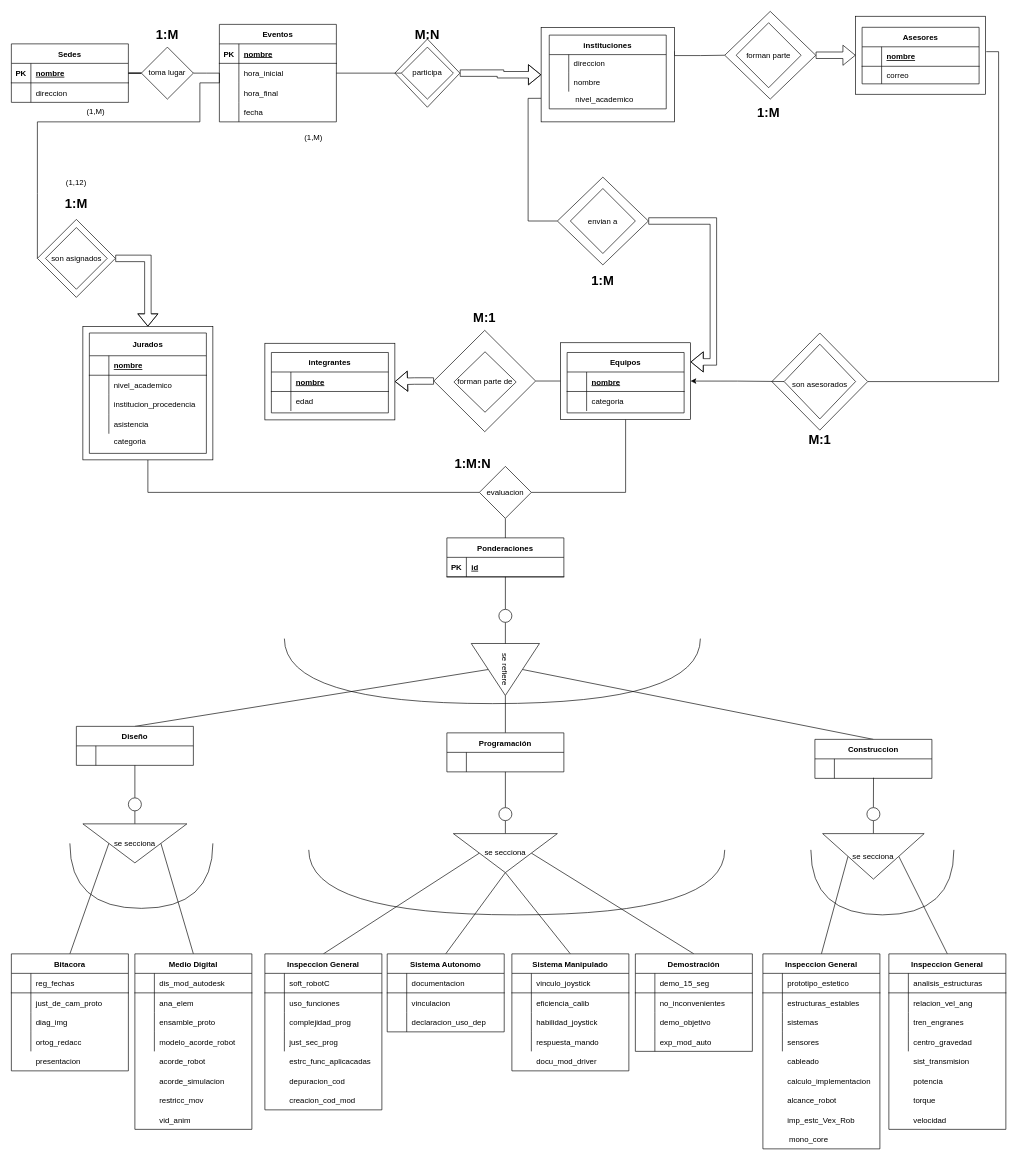
Before: Equipo chido UWU Diagrama ER Proyecto (2).drawio in LuisRV16/Proyecto-TBD, a draw.io diagram. Source tidied: cells renumbered, new cells numbered last; positions are measured from the earlier drawing's top-left corner, leaving out a move shared by most shapes. Both pictures are drawn from the tidied source at 65%, with x=0, y=0 at pixel (11, 11).
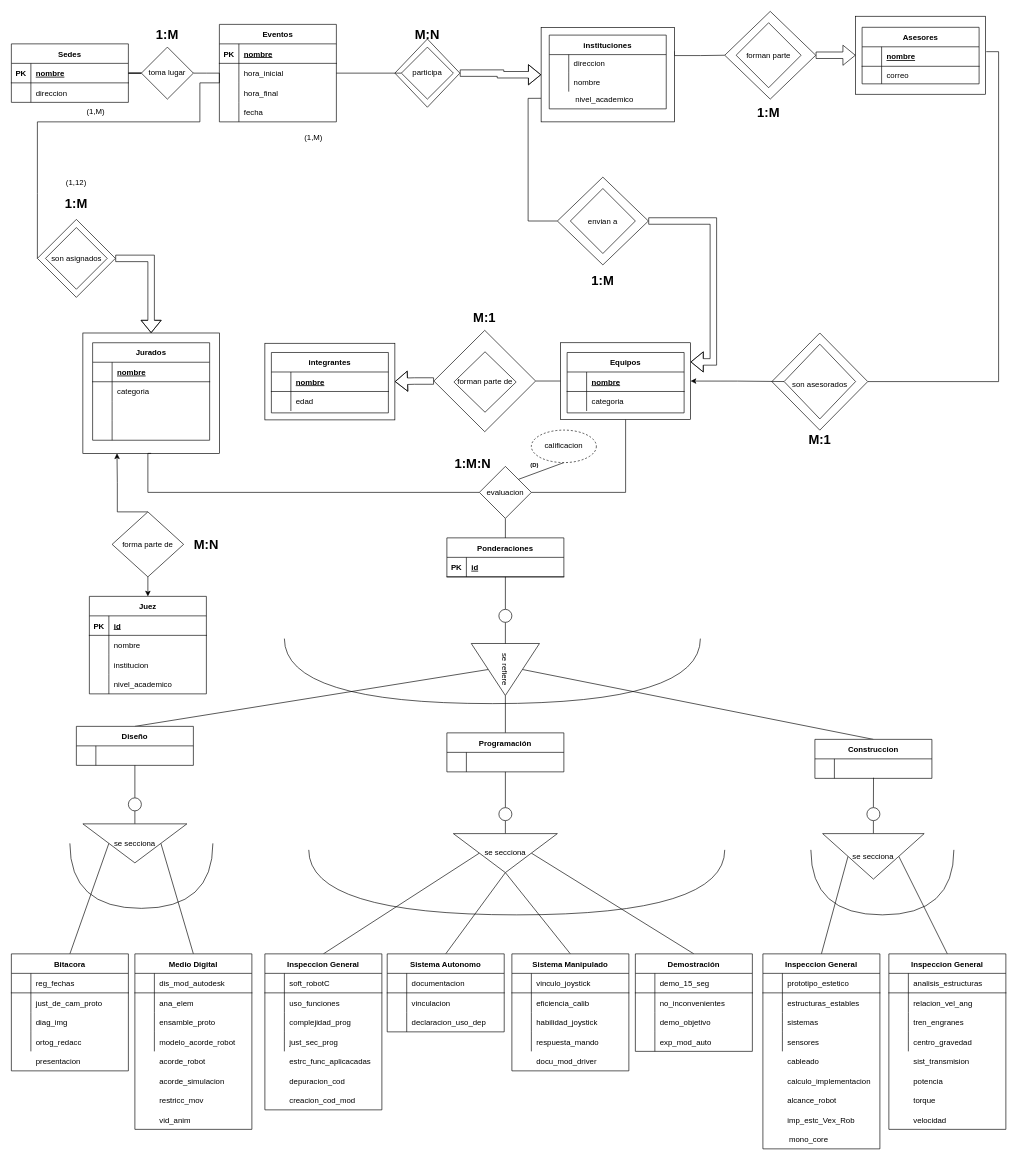
After the change.

Commit message (it also covers changes not shown here):
Agregue el script de la base de datos para el proyecto e inclui actualizaciones del diagrama y el nuevo MR

The change refers to these unchanged cells:
```xml
<mxCell id="40" style="rhombus;whiteSpace=wrap;html=1;" parent="1" vertex="1">
  <mxGeometry x="40" y="320" width="120" height="120" as="geometry" />
</mxCell>
<mxCell id="89" value="evaluacion" style="rhombus;whiteSpace=wrap;html=1;" parent="1" vertex="1">
  <mxGeometry x="720" y="700" width="80" height="80" as="geometry" />
</mxCell>
```

The edit, as a diff of the source:
```diff
@@
+    <mxCell id="284" style="rounded=0;whiteSpace=wrap;html=1;" parent="1" vertex="1">
+      <mxGeometry x="110" y="494.8" width="210" height="185.2" as="geometry" />
+    </mxCell>
@@
-    <mxCell id="39" style="edgeStyle=orthogonalEdgeStyle;rounded=0;jettySize=auto;html=1;exitX=1;exitY=0.5;exitDx=0;exitDy=0;entryX=0.5;entryY=0;entryDx=0;entryDy=0;strokeWidth=1;startArrow=none;startFill=0;endArrow=classic;endFill=1;shape=flexArrow;" parent="1" edge="1" source="40" target="44">
+    <mxCell id="39" style="edgeStyle=orthogonalEdgeStyle;rounded=0;jettySize=auto;html=1;exitX=1;exitY=0.5;exitDx=0;exitDy=0;entryX=0.5;entryY=0;entryDx=0;entryDy=0;strokeWidth=1;startArrow=none;startFill=0;endArrow=classic;endFill=1;shape=flexArrow;" parent="1" edge="1" source="40" target="284">
       <mxGeometry relative="1" as="geometry">
         <Array as="points">
-          <mxPoint x="210" y="380" />
+          <mxPoint x="215" y="380" />
         </Array>
       </mxGeometry>
     </mxCell>
@@
-    <mxCell id="43" style="edgeStyle=orthogonalEdgeStyle;rounded=0;jettySize=auto;html=1;exitX=0.5;exitY=1;exitDx=0;exitDy=0;entryX=0;entryY=0.5;entryDx=0;entryDy=0;endArrow=none;endFill=0;" parent="1" edge="1" source="44" target="89">
-      <mxGeometry relative="1" as="geometry" />
+    <mxCell id="43" style="edgeStyle=orthogonalEdgeStyle;rounded=0;jettySize=auto;html=1;exitX=0.5;exitY=1;exitDx=0;exitDy=0;entryX=0;entryY=0.5;entryDx=0;entryDy=0;endArrow=none;endFill=0;" parent="1" edge="1" source="284" target="89">
+      <mxGeometry relative="1" as="geometry">
+        <Array as="points">
+          <mxPoint x="210" y="680" />
+          <mxPoint x="210" y="740" />
+        </Array>
+      </mxGeometry>
     </mxCell>
-    <mxCell id="44" style="rounded=0;whiteSpace=wrap;html=1;" parent="1" vertex="1">
-      <mxGeometry x="110" y="484.8" width="200" height="205.2" as="geometry" />
-    </mxCell>
-    <mxCell id="45" value="Jurados" style="shape=table;startSize=35;childLayout=tableLayout;rowLines=0;fontStyle=1;align=center;" parent="1" vertex="1">
-      <mxGeometry x="120" y="494.8" width="180" height="185.2" as="geometry" />
-    </mxCell>
-    <mxCell id="46" style="shape=tableRow;horizontal=0;startSize=0;swimlaneHead=0;swimlaneBody=0;fillColor=none;top=0;left=0;right=0;bottom=1;" parent="45" vertex="1">
-      <mxGeometry y="35" width="180" height="30" as="geometry" />
-    </mxCell>
-    <mxCell id="47" style="shape=partialRectangle;fillColor=none;top=0;left=0;bottom=0;right=0;fontStyle=1;overflow=hidden;" parent="46" vertex="1">
-      <mxGeometry width="30" height="30" as="geometry" />
-    </mxCell>
-    <mxCell id="48" value="nombre" style="shape=partialRectangle;fillColor=none;top=0;left=0;bottom=0;right=0;align=left;spacingLeft=6;fontStyle=5;overflow=hidden;" parent="46" vertex="1">
-      <mxGeometry x="30" width="150" height="30" as="geometry" />
-    </mxCell>
-    <mxCell id="49" style="shape=tableRow;horizontal=0;startSize=0;swimlaneHead=0;swimlaneBody=0;fillColor=none;top=0;left=0;right=0;bottom=0;" parent="45" vertex="1">
-      <mxGeometry y="65" width="180" height="30" as="geometry" />
-    </mxCell>
-    <mxCell id="50" style="shape=partialRectangle;fillColor=none;top=0;left=0;bottom=0;right=0;overflow=hidden;" parent="49" vertex="1">
-      <mxGeometry width="30" height="30" as="geometry" />
-    </mxCell>
-    <mxCell id="51" value="nivel_academico" style="shape=partialRectangle;fillColor=none;top=0;left=0;bottom=0;right=0;align=left;spacingLeft=6;overflow=hidden;" parent="49" vertex="1">
-      <mxGeometry x="30" width="150" height="30" as="geometry" />
-    </mxCell>
-    <mxCell id="52" style="shape=tableRow;horizontal=0;startSize=0;swimlaneHead=0;swimlaneBody=0;fillColor=none;top=0;left=0;right=0;bottom=0;" parent="45" vertex="1">
-      <mxGeometry y="95" width="180" height="30" as="geometry" />
-    </mxCell>
-    <mxCell id="53" style="shape=partialRectangle;fillColor=none;top=0;left=0;bottom=0;right=0;overflow=hidden;" parent="52" vertex="1">
-      <mxGeometry width="30" height="30" as="geometry" />
-    </mxCell>
-    <mxCell id="54" value="institucion_procedencia" style="shape=partialRectangle;fillColor=none;top=0;left=0;bottom=0;right=0;align=left;spacingLeft=6;overflow=hidden;" parent="52" vertex="1">
-      <mxGeometry x="30" width="150" height="30" as="geometry" />
-    </mxCell>
-    <mxCell id="55" style="shape=tableRow;horizontal=0;startSize=0;swimlaneHead=0;swimlaneBody=0;fillColor=none;top=0;left=0;right=0;bottom=0;" parent="45" vertex="1">
-      <mxGeometry y="125" width="180" height="30" as="geometry" />
-    </mxCell>
-    <mxCell id="56" style="shape=partialRectangle;fillColor=none;top=0;left=0;bottom=0;right=0;overflow=hidden;" parent="55" vertex="1">
-      <mxGeometry width="30" height="30" as="geometry" />
-    </mxCell>
-    <mxCell id="57" value="asistencia" style="shape=partialRectangle;fillColor=none;top=0;left=0;bottom=0;right=0;align=left;spacingLeft=6;overflow=hidden;" parent="55" vertex="1">
-      <mxGeometry x="30" width="150" height="30" as="geometry" />
-    </mxCell>
@@
+    <mxCell id="285" style="rounded=0;jettySize=auto;html=1;exitX=1;exitY=0;exitDx=0;exitDy=0;entryX=0.5;entryY=1;entryDx=0;entryDy=0;endArrow=none;endFill=0;" parent="1" edge="1" source="89" target="311">
+      <mxGeometry relative="1" as="geometry" />
+    </mxCell>
@@
-    <mxCell id="153" value="categoria" style="shape=partialRectangle;fillColor=none;top=0;left=0;bottom=0;right=0;align=left;spacingLeft=6;overflow=hidden;" parent="1" vertex="1">
-      <mxGeometry x="150" y="646.7" width="150" height="30" as="geometry" />
-    </mxCell>
@@
+    <mxCell id="286" style="edgeStyle=orthogonalEdgeStyle;rounded=0;jettySize=auto;html=1;exitX=0.5;exitY=0;exitDx=0;exitDy=0;entryX=0.5;entryY=1;entryDx=0;entryDy=0;startArrow=classic;startFill=1;endArrow=none;endFill=0;" parent="1" edge="1" source="287" target="309">
+      <mxGeometry relative="1" as="geometry" />
+    </mxCell>
+    <mxCell id="287" value="Juez" style="shape=table;startSize=30;childLayout=tableLayout;rowLines=0;fontStyle=1;align=center;" parent="1" vertex="1">
+      <mxGeometry x="120" y="900" width="180" height="150" as="geometry" />
+    </mxCell>
+    <mxCell id="288" style="shape=tableRow;horizontal=0;startSize=0;swimlaneHead=0;swimlaneBody=0;fillColor=none;top=0;left=0;right=0;bottom=1;" parent="287" vertex="1">
+      <mxGeometry y="30" width="180" height="30" as="geometry" />
+    </mxCell>
+    <mxCell id="289" value="PK" style="shape=partialRectangle;fillColor=none;top=0;left=0;bottom=0;right=0;fontStyle=1;overflow=hidden;" parent="288" vertex="1">
+      <mxGeometry width="30" height="30" as="geometry" />
+    </mxCell>
+    <mxCell id="290" value="id" style="shape=partialRectangle;fillColor=none;top=0;left=0;bottom=0;right=0;align=left;spacingLeft=6;fontStyle=5;overflow=hidden;" parent="288" vertex="1">
+      <mxGeometry x="30" width="150" height="30" as="geometry" />
+    </mxCell>
+    <mxCell id="291" style="shape=tableRow;horizontal=0;startSize=0;swimlaneHead=0;swimlaneBody=0;fillColor=none;top=0;left=0;right=0;bottom=0;" parent="287" vertex="1">
+      <mxGeometry y="60" width="180" height="30" as="geometry" />
+    </mxCell>
+    <mxCell id="292" style="shape=partialRectangle;fillColor=none;top=0;left=0;bottom=0;right=0;overflow=hidden;" parent="291" vertex="1">
+      <mxGeometry width="30" height="30" as="geometry" />
+    </mxCell>
+    <mxCell id="293" value="nombre" style="shape=partialRectangle;fillColor=none;top=0;left=0;bottom=0;right=0;align=left;spacingLeft=6;overflow=hidden;" parent="291" vertex="1">
+      <mxGeometry x="30" width="150" height="30" as="geometry" />
+    </mxCell>
+    <mxCell id="294" style="shape=tableRow;horizontal=0;startSize=0;swimlaneHead=0;swimlaneBody=0;fillColor=none;top=0;left=0;right=0;bottom=0;" parent="287" vertex="1">
+      <mxGeometry y="90" width="180" height="30" as="geometry" />
+    </mxCell>
+    <mxCell id="295" style="shape=partialRectangle;fillColor=none;top=0;left=0;bottom=0;right=0;overflow=hidden;" parent="294" vertex="1">
+      <mxGeometry width="30" height="30" as="geometry" />
+    </mxCell>
+    <mxCell id="296" value="institucion" style="shape=partialRectangle;fillColor=none;top=0;left=0;bottom=0;right=0;align=left;spacingLeft=6;overflow=hidden;" parent="294" vertex="1">
+      <mxGeometry x="30" width="150" height="30" as="geometry" />
+    </mxCell>
+    <mxCell id="297" style="shape=tableRow;horizontal=0;startSize=0;swimlaneHead=0;swimlaneBody=0;fillColor=none;top=0;left=0;right=0;bottom=0;" parent="287" vertex="1">
+      <mxGeometry y="120" width="180" height="30" as="geometry" />
+    </mxCell>
+    <mxCell id="298" style="shape=partialRectangle;fillColor=none;top=0;left=0;bottom=0;right=0;overflow=hidden;" parent="297" vertex="1">
+      <mxGeometry width="30" height="30" as="geometry" />
+    </mxCell>
+    <mxCell id="51" value="nivel_academico" style="shape=partialRectangle;fillColor=none;top=0;left=0;bottom=0;right=0;align=left;spacingLeft=6;overflow=hidden;" parent="297" vertex="1">
+      <mxGeometry x="30" width="150" height="30" as="geometry" />
+    </mxCell>
+    <mxCell id="45" value="Jurados" style="shape=table;startSize=30;childLayout=tableLayout;rowLines=0;fontStyle=1;align=center;strokeColor=default;" parent="1" vertex="1">
+      <mxGeometry x="125" y="509.8" width="180" height="150" as="geometry" />
+    </mxCell>
+    <mxCell id="299" style="shape=tableRow;horizontal=0;startSize=0;swimlaneHead=0;swimlaneBody=0;fillColor=none;top=0;left=0;right=0;bottom=1;" parent="45" vertex="1">
+      <mxGeometry y="30" width="180" height="30" as="geometry" />
+    </mxCell>
+    <mxCell id="47" style="shape=partialRectangle;fillColor=none;top=0;left=0;bottom=0;right=0;fontStyle=1;overflow=hidden;" parent="299" vertex="1">
+      <mxGeometry width="30" height="30" as="geometry" />
+    </mxCell>
+    <mxCell id="48" value="nombre" style="shape=partialRectangle;fillColor=none;top=0;left=0;bottom=0;right=0;align=left;spacingLeft=6;fontStyle=5;overflow=hidden;" parent="299" vertex="1">
+      <mxGeometry x="30" width="150" height="30" as="geometry" />
+    </mxCell>
+    <mxCell id="300" style="shape=tableRow;horizontal=0;startSize=0;swimlaneHead=0;swimlaneBody=0;fillColor=none;top=0;left=0;right=0;bottom=0;" parent="45" vertex="1">
+      <mxGeometry y="60" width="180" height="30" as="geometry" />
+    </mxCell>
+    <mxCell id="301" style="shape=partialRectangle;fillColor=none;top=0;left=0;bottom=0;right=0;overflow=hidden;" parent="300" vertex="1">
+      <mxGeometry width="30" height="30" as="geometry" />
+    </mxCell>
+    <mxCell id="153" value="categoria" style="shape=partialRectangle;fillColor=none;top=0;left=0;bottom=0;right=0;align=left;spacingLeft=6;overflow=hidden;" parent="300" vertex="1">
+      <mxGeometry x="30" width="150" height="30" as="geometry" />
+    </mxCell>
+    <mxCell id="302" style="shape=tableRow;horizontal=0;startSize=0;swimlaneHead=0;swimlaneBody=0;fillColor=none;top=0;left=0;right=0;bottom=0;" parent="45" vertex="1">
+      <mxGeometry y="90" width="180" height="30" as="geometry" />
+    </mxCell>
+    <mxCell id="303" style="shape=partialRectangle;fillColor=none;top=0;left=0;bottom=0;right=0;overflow=hidden;" parent="302" vertex="1">
+      <mxGeometry width="30" height="30" as="geometry" />
+    </mxCell>
+    <mxCell id="304" style="shape=partialRectangle;fillColor=none;top=0;left=0;bottom=0;right=0;align=left;spacingLeft=6;overflow=hidden;dashed=1;" parent="302" vertex="1">
+      <mxGeometry x="30" width="150" height="30" as="geometry" />
+    </mxCell>
+    <mxCell id="305" style="shape=tableRow;horizontal=0;startSize=0;swimlaneHead=0;swimlaneBody=0;fillColor=none;top=0;left=0;right=0;bottom=0;" parent="45" vertex="1">
+      <mxGeometry y="120" width="180" height="30" as="geometry" />
+    </mxCell>
+    <mxCell id="306" style="shape=partialRectangle;fillColor=none;top=0;left=0;bottom=0;right=0;overflow=hidden;" parent="305" vertex="1">
+      <mxGeometry width="30" height="30" as="geometry" />
+    </mxCell>
+    <mxCell id="307" style="shape=partialRectangle;fillColor=none;top=0;left=0;bottom=0;right=0;align=left;spacingLeft=6;overflow=hidden;" parent="305" vertex="1">
+      <mxGeometry x="30" width="150" height="30" as="geometry" />
+    </mxCell>
+    <mxCell id="308" style="edgeStyle=orthogonalEdgeStyle;rounded=0;jettySize=auto;html=1;exitX=0.5;exitY=0;exitDx=0;exitDy=0;entryX=0.25;entryY=1;entryDx=0;entryDy=0;endArrow=classic;endFill=1;" parent="1" edge="1" source="309" target="284">
+      <mxGeometry relative="1" as="geometry">
+        <Array as="points">
+          <mxPoint x="163" y="770" />
+          <mxPoint x="163" y="725" />
+        </Array>
+      </mxGeometry>
+    </mxCell>
+    <mxCell id="309" value="forma parte de" style="rhombus;whiteSpace=wrap;html=1;strokeColor=default;" parent="1" vertex="1">
+      <mxGeometry x="155" y="770" width="110" height="100" as="geometry" />
+    </mxCell>
+    <mxCell id="310" value="&lt;b&gt;&lt;font style=&quot;font-size: 20px;&quot;&gt;M:N&lt;/font&gt;&lt;/b&gt;" style="text;html=1;strokeColor=none;fillColor=none;align=center;verticalAlign=middle;whiteSpace=wrap;rounded=0;" parent="1" vertex="1">
+      <mxGeometry x="270" y="805" width="60" height="30" as="geometry" />
+    </mxCell>
+    <mxCell id="311" value="calificacion" style="ellipse;whiteSpace=wrap;html=1;dashed=1;" parent="1" vertex="1">
+      <mxGeometry x="800" y="644.2" width="100" height="50" as="geometry" />
+    </mxCell>
+    <mxCell id="312" value="&lt;b style=&quot;font-size: 9px;&quot;&gt;&lt;font style=&quot;font-size: 9px;&quot;&gt;(D)&lt;/font&gt;&lt;/b&gt;" style="text;html=1;strokeColor=none;fillColor=none;align=center;verticalAlign=middle;whiteSpace=wrap;rounded=0;fontSize=9;" parent="1" vertex="1">
+      <mxGeometry x="795" y="694.2" width="20" height="10" as="geometry" />
+    </mxCell>
```
